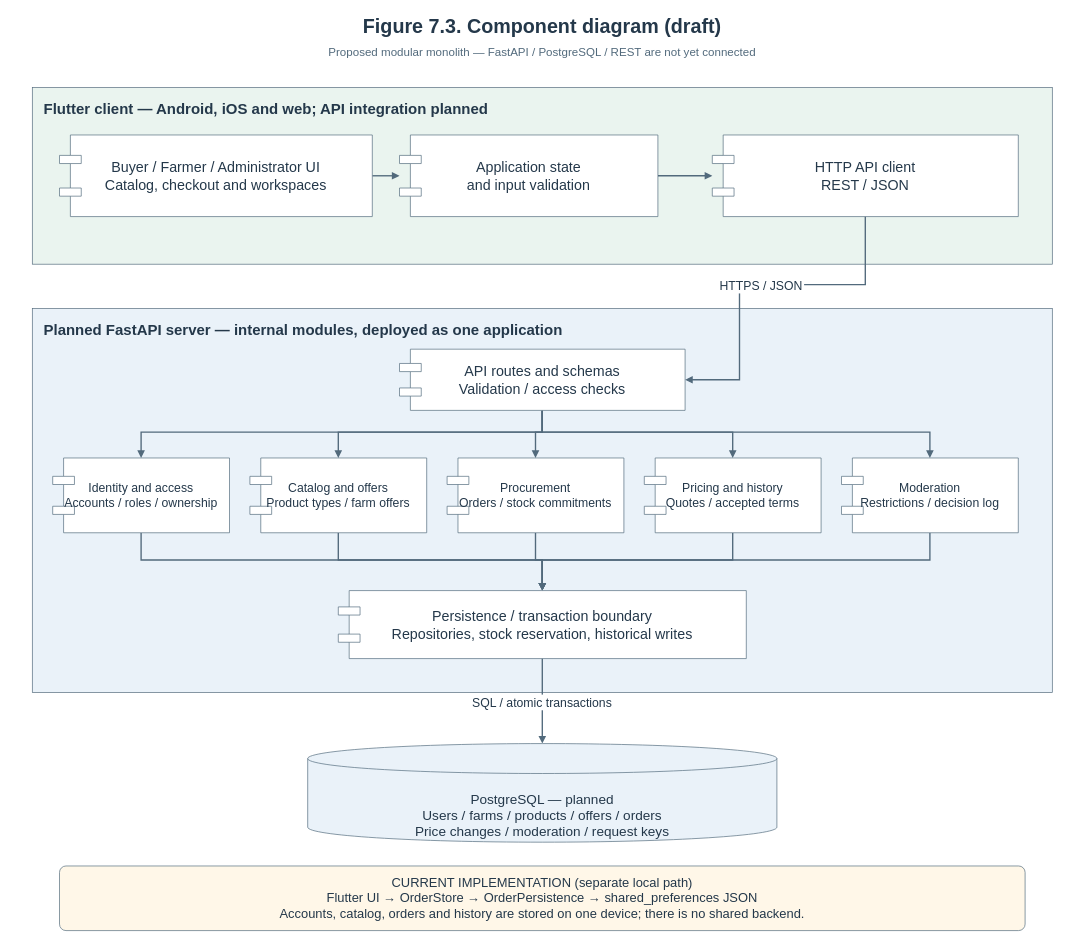
The draw.io diagram page "Figure 7.3. Component diagram (draft)" (3 of 3) of diagrams/farm-direct-architecture.drawio in ayanat-amangeldi/farm-direct-procurement, before the edit. Source tidied: cells renumbered, new cells numbered last; positions are measured from the earlier drawing's top-left corner, leaving out a move shared by most shapes. Both pictures are drawn from the tidied source at 68%, with x=0, y=0 at pixel (12, 12).
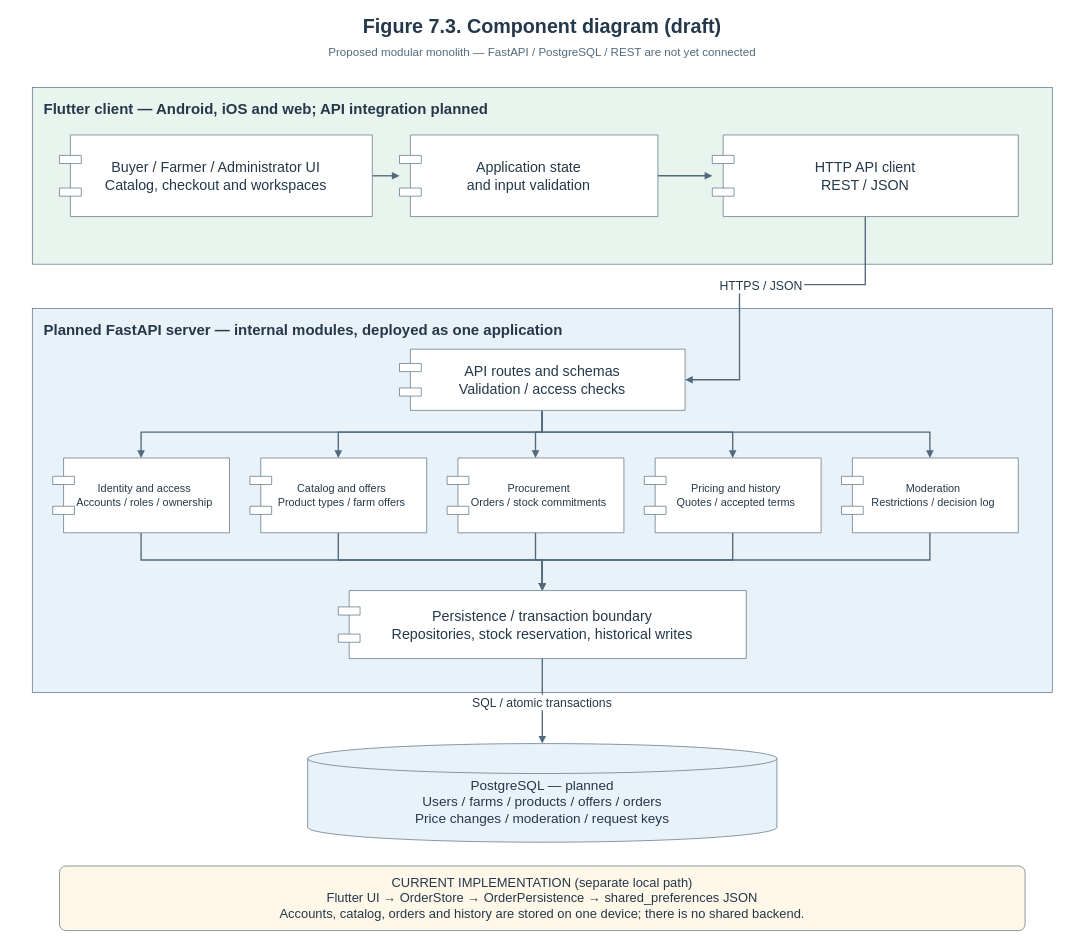
After the change.

Commit message (it also covers changes not shown here):
FARM-16: Regenerate all diagram exports from editable source

Diff of the diagram source:
```diff
@@
-    <mxCell id="22" value="Identity and access&#10;Accounts / roles / ownership" style="shape=component;whiteSpace=wrap;html=0;strokeColor=#526A7C;fillColor=white;fontColor=#24384A;fontSize=18;fontFamily=Helvetica;spacing=10;" parent="1" vertex="1">
+    <mxCell id="22" value="Identity and access&#10;Accounts / roles / ownership" style="shape=component;whiteSpace=wrap;html=0;strokeColor=#526A7C;fillColor=white;fontColor=#24384A;fontSize=18;fontFamily=Helvetica;spacing=10;fontSize=16;spacingLeft=20;spacingRight=10;" parent="1" vertex="1">
       <mxGeometry x="60" y="656" width="260" height="110" as="geometry" />
     </mxCell>
-    <mxCell id="23" value="Catalog and offers&#10;Product types / farm offers" style="shape=component;whiteSpace=wrap;html=0;strokeColor=#526A7C;fillColor=white;fontColor=#24384A;fontSize=18;fontFamily=Helvetica;spacing=10;" parent="1" vertex="1">
+    <mxCell id="23" value="Catalog and offers&#10;Product types / farm offers" style="shape=component;whiteSpace=wrap;html=0;strokeColor=#526A7C;fillColor=white;fontColor=#24384A;fontSize=18;fontFamily=Helvetica;spacing=10;fontSize=16;spacingLeft=20;spacingRight=10;" parent="1" vertex="1">
       <mxGeometry x="350" y="656" width="260" height="110" as="geometry" />
     </mxCell>
-    <mxCell id="24" value="Procurement&#10;Orders / stock commitments" style="shape=component;whiteSpace=wrap;html=0;strokeColor=#526A7C;fillColor=white;fontColor=#24384A;fontSize=18;fontFamily=Helvetica;spacing=10;" parent="1" vertex="1">
+    <mxCell id="24" value="Procurement&#10;Orders / stock commitments" style="shape=component;whiteSpace=wrap;html=0;strokeColor=#526A7C;fillColor=white;fontColor=#24384A;fontSize=18;fontFamily=Helvetica;spacing=10;fontSize=16;spacingLeft=20;spacingRight=10;" parent="1" vertex="1">
       <mxGeometry x="640" y="656" width="260" height="110" as="geometry" />
     </mxCell>
-    <mxCell id="25" value="Pricing and history&#10;Quotes / accepted terms" style="shape=component;whiteSpace=wrap;html=0;strokeColor=#526A7C;fillColor=white;fontColor=#24384A;fontSize=18;fontFamily=Helvetica;spacing=10;" parent="1" vertex="1">
+    <mxCell id="25" value="Pricing and history&#10;Quotes / accepted terms" style="shape=component;whiteSpace=wrap;html=0;strokeColor=#526A7C;fillColor=white;fontColor=#24384A;fontSize=18;fontFamily=Helvetica;spacing=10;fontSize=16;spacingLeft=20;spacingRight=10;" parent="1" vertex="1">
       <mxGeometry x="930" y="656" width="260" height="110" as="geometry" />
     </mxCell>
-    <mxCell id="26" value="Moderation&#10;Restrictions / decision log" style="shape=component;whiteSpace=wrap;html=0;strokeColor=#526A7C;fillColor=white;fontColor=#24384A;fontSize=18;fontFamily=Helvetica;spacing=10;" parent="1" vertex="1">
+    <mxCell id="26" value="Moderation&#10;Restrictions / decision log" style="shape=component;whiteSpace=wrap;html=0;strokeColor=#526A7C;fillColor=white;fontColor=#24384A;fontSize=18;fontFamily=Helvetica;spacing=10;fontSize=16;spacingLeft=20;spacingRight=10;" parent="1" vertex="1">
       <mxGeometry x="1220" y="656" width="260" height="110" as="geometry" />
     </mxCell>
@@
-    <mxCell id="28" value="PostgreSQL — planned&#10;Users / farms / products / offers / orders&#10;Price changes / moderation / request keys" style="shape=cylinder3;boundedLbl=1;backgroundOutline=1;size=22;spacingTop=28;whiteSpace=wrap;html=0;strokeColor=#526A7C;fillColor=#EAF2F9;fontColor=#24384A;fontSize=20;fontFamily=Helvetica;spacing=10;" parent="1" vertex="1">
+    <mxCell id="28" value="PostgreSQL — planned&#10;Users / farms / products / offers / orders&#10;Price changes / moderation / request keys" style="shape=cylinder3;boundedLbl=1;backgroundOutline=1;size=22;spacingTop=28;whiteSpace=wrap;html=0;strokeColor=#526A7C;fillColor=#EAF2F9;fontColor=#24384A;fontSize=20;fontFamily=Helvetica;spacing=10;spacingTop=0;spacingBottom=12;" parent="1" vertex="1">
       <mxGeometry x="435" y="1076" width="690" height="145" as="geometry" />
     </mxCell>
```
